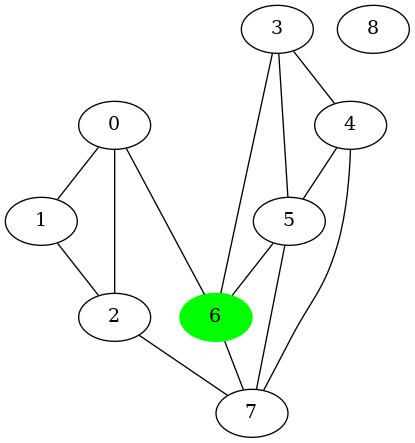
Les-Alchimistes-Labs/AlgorithmVisualizer keeps this Graphviz diagram as algorithm_visualizer/src/save/tmp/ugraph.png. Above is the earlier version. Its source is kept beside it as algorithm_visualizer/src/save/tmp/ugraph.dot.
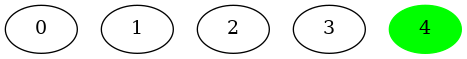
The same file after the commit.

Commit message:
ugraph works perfectly (no save and load yet)

What changed in the source:
```diff
@@ -3,22 +3,5 @@
 n1 [label="1"]
 n2 [label="2"]
 n3 [label="3"]
-n4 [label="4"]
-n5 [label="5"]
-n6 [label="6", style = filled , color = green ]
-n7 [label="7"]
-n8 [label="8"]
-n0 -- n1
-n0 -- n2
-n0 -- n6
-n1 -- n2
-n2 -- n7
-n3 -- n4
-n3 -- n5
-n3 -- n6
-n4 -- n5
-n4 -- n7
-n5 -- n6
-n5 -- n7
-n6 -- n7
+n4 [label="4", style = filled , color = green ]
 }
```
